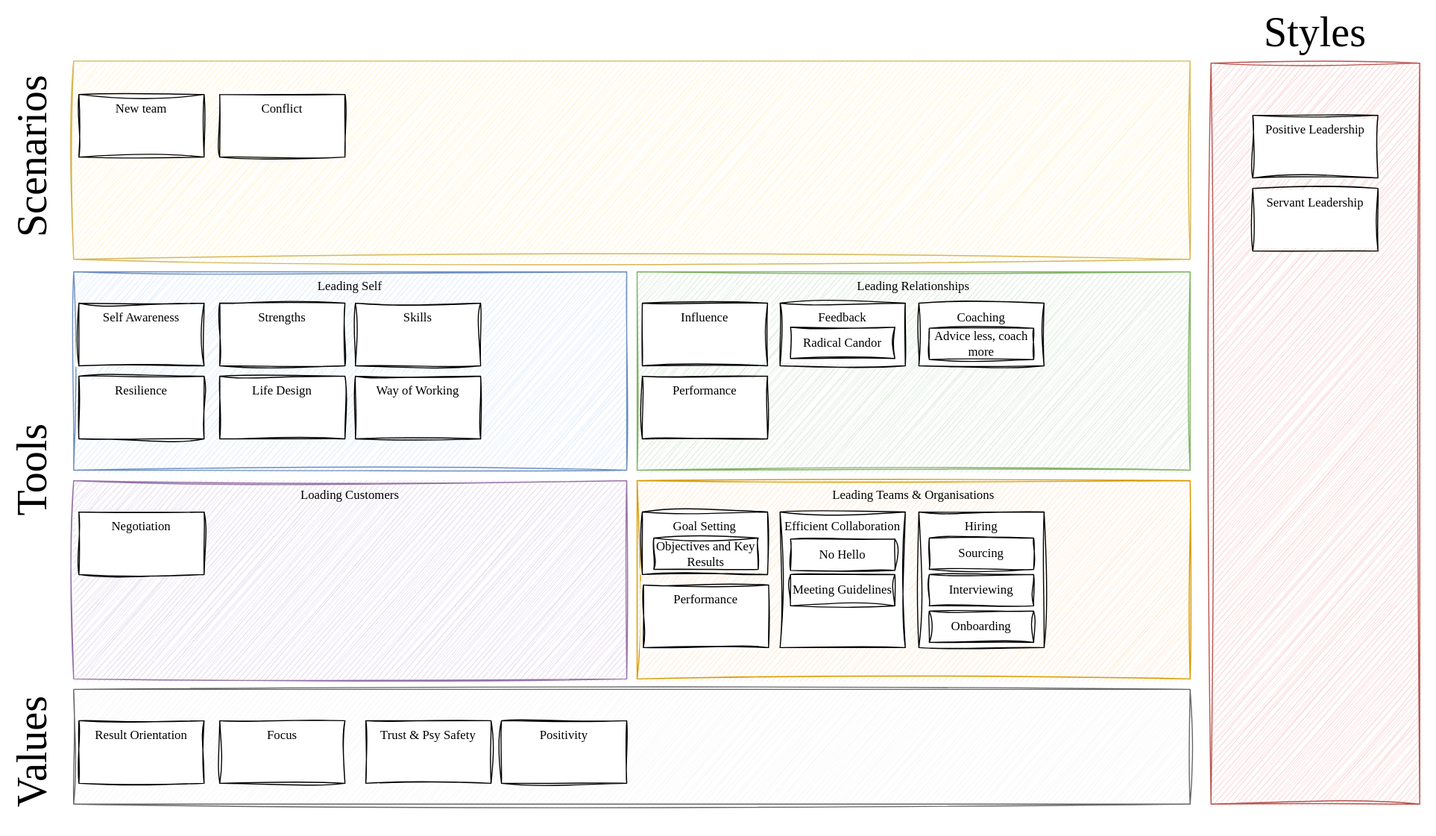
Above: docs/assets/landscape.drawio.svg in PLLE/leadership (draw.io), before the change. Source tidied: cells renumbered, new cells last; positions are measured from the earlier drawing's top-left corner, leaving out a move shared by most shapes. The source it was exported from:
```xml
<mxGraphModel>
  <root>
    <mxCell id="0" />
    <mxCell id="1" parent="0" />
    <mxCell id="2" style="rounded=0;whiteSpace=wrap;html=1;verticalAlign=top;sketch=1;curveFitting=1;jiggle=2;fontFamily=Comic Sans MS;fillColor=#f8cecc;strokeColor=#b85450;" parent="1" vertex="1">
      <mxGeometry x="1160" y="60" width="200" height="710" as="geometry" />
    </mxCell>
    <mxCell id="3" style="rounded=0;whiteSpace=wrap;html=1;fillColor=#f5f5f5;fontColor=#333333;strokeColor=#666666;verticalAlign=top;sketch=1;curveFitting=1;jiggle=2;fontFamily=Comic Sans MS;" parent="1" vertex="1">
      <mxGeometry x="70" y="660" width="1070" height="110" as="geometry" />
    </mxCell>
    <mxCell id="4" value="Leading Self" style="rounded=0;whiteSpace=wrap;html=1;verticalAlign=top;fillColor=#dae8fc;strokeColor=#6c8ebf;sketch=1;curveFitting=1;jiggle=2;fontFamily=Comic Sans MS;" parent="1" vertex="1">
      <mxGeometry x="70" y="260" width="530" height="190" as="geometry" />
    </mxCell>
    <mxCell id="5" value="Self Awareness" style="rounded=0;whiteSpace=wrap;html=1;horizontal=1;verticalAlign=top;sketch=1;curveFitting=1;jiggle=2;fontFamily=Comic Sans MS;" parent="1" vertex="1">
      <mxGeometry x="75" y="290" width="120" height="60" as="geometry" />
    </mxCell>
    <mxCell id="6" value="Strengths" style="rounded=0;whiteSpace=wrap;html=1;horizontal=1;verticalAlign=top;sketch=1;curveFitting=1;jiggle=2;fontFamily=Comic Sans MS;" parent="1" vertex="1">
      <mxGeometry x="210" y="290" width="120" height="60" as="geometry" />
    </mxCell>
    <mxCell id="7" value="Skills" style="rounded=0;whiteSpace=wrap;html=1;horizontal=1;verticalAlign=top;sketch=1;curveFitting=1;jiggle=2;fontFamily=Comic Sans MS;" parent="1" vertex="1">
      <mxGeometry x="340" y="290" width="120" height="60" as="geometry" />
    </mxCell>
    <mxCell id="8" value="Resilience" style="rounded=0;whiteSpace=wrap;html=1;horizontal=1;verticalAlign=top;sketch=1;curveFitting=1;jiggle=2;fontFamily=Comic Sans MS;" parent="1" vertex="1">
      <mxGeometry x="75" y="360" width="120" height="60" as="geometry" />
    </mxCell>
    <mxCell id="9" value="Life Design" style="rounded=0;whiteSpace=wrap;html=1;horizontal=1;verticalAlign=top;sketch=1;curveFitting=1;jiggle=2;fontFamily=Comic Sans MS;" parent="1" vertex="1">
      <mxGeometry x="210" y="360" width="120" height="60" as="geometry" />
    </mxCell>
    <mxCell id="10" value="Way of Working" style="rounded=0;whiteSpace=wrap;html=1;horizontal=1;verticalAlign=top;sketch=1;curveFitting=1;jiggle=2;fontFamily=Comic Sans MS;" parent="1" vertex="1">
      <mxGeometry x="340" y="360" width="120" height="60" as="geometry" />
    </mxCell>
    <mxCell id="11" value="Leading Relationships" style="rounded=0;whiteSpace=wrap;html=1;verticalAlign=top;fillColor=#d5e8d4;strokeColor=#82b366;sketch=1;curveFitting=1;jiggle=2;fontFamily=Comic Sans MS;" parent="1" vertex="1">
      <mxGeometry x="610" y="260" width="530" height="190" as="geometry" />
    </mxCell>
    <mxCell id="12" value="Influence" style="rounded=0;whiteSpace=wrap;html=1;horizontal=1;verticalAlign=top;sketch=1;curveFitting=1;jiggle=2;fontFamily=Comic Sans MS;" parent="1" vertex="1">
      <mxGeometry x="615" y="290" width="120" height="60" as="geometry" />
    </mxCell>
    <mxCell id="13" value="Performance" style="rounded=0;whiteSpace=wrap;html=1;horizontal=1;verticalAlign=top;sketch=1;curveFitting=1;jiggle=2;fontFamily=Comic Sans MS;" parent="1" vertex="1">
      <mxGeometry x="615" y="360" width="120" height="60" as="geometry" />
    </mxCell>
    <mxCell id="14" value="Feedback" style="rounded=0;whiteSpace=wrap;html=1;horizontal=1;verticalAlign=top;sketch=1;curveFitting=1;jiggle=2;fontFamily=Comic Sans MS;" parent="1" vertex="1">
      <mxGeometry x="747" y="290" width="120" height="60" as="geometry" />
    </mxCell>
    <mxCell id="15" value="Radical Candor" style="rounded=0;whiteSpace=wrap;html=1;sketch=1;curveFitting=1;jiggle=2;fontFamily=Comic Sans MS;" parent="1" vertex="1">
      <mxGeometry x="757" y="313" width="100" height="30" as="geometry" />
    </mxCell>
    <mxCell id="16" value="Coaching" style="rounded=0;whiteSpace=wrap;html=1;horizontal=1;verticalAlign=top;sketch=1;curveFitting=1;jiggle=2;fontFamily=Comic Sans MS;" parent="1" vertex="1">
      <mxGeometry x="880" y="290" width="120" height="60" as="geometry" />
    </mxCell>
    <mxCell id="17" value="Advice less, coach more" style="rounded=0;whiteSpace=wrap;html=1;sketch=1;curveFitting=1;jiggle=2;fontFamily=Comic Sans MS;" parent="1" vertex="1">
      <mxGeometry x="890" y="314" width="100" height="30" as="geometry" />
    </mxCell>
    <mxCell id="18" value="Loading Customers" style="rounded=0;whiteSpace=wrap;html=1;verticalAlign=top;fillColor=#e1d5e7;strokeColor=#9673a6;sketch=1;curveFitting=1;jiggle=2;fontFamily=Comic Sans MS;" parent="1" vertex="1">
      <mxGeometry x="70" y="460" width="530" height="190" as="geometry" />
    </mxCell>
    <mxCell id="19" value="Negotiation" style="rounded=0;whiteSpace=wrap;html=1;horizontal=1;verticalAlign=top;sketch=1;curveFitting=1;jiggle=2;fontFamily=Comic Sans MS;" parent="1" vertex="1">
      <mxGeometry x="75" y="490" width="120" height="60" as="geometry" />
    </mxCell>
    <mxCell id="20" value="Leading Teams &amp;amp; Organisations" style="rounded=0;whiteSpace=wrap;html=1;verticalAlign=top;fillColor=#ffe6cc;strokeColor=#d79b00;sketch=1;curveFitting=1;jiggle=2;fontFamily=Comic Sans MS;" parent="1" vertex="1">
      <mxGeometry x="610" y="460" width="530" height="190" as="geometry" />
    </mxCell>
    <mxCell id="21" value="Goal Setting" style="rounded=0;whiteSpace=wrap;html=1;horizontal=1;verticalAlign=top;sketch=1;curveFitting=1;jiggle=2;fontFamily=Comic Sans MS;" parent="1" vertex="1">
      <mxGeometry x="615" y="490" width="120" height="60" as="geometry" />
    </mxCell>
    <mxCell id="22" value="Objectives and Key Results" style="rounded=0;whiteSpace=wrap;html=1;sketch=1;curveFitting=1;jiggle=2;fontFamily=Comic Sans MS;" parent="1" vertex="1">
      <mxGeometry x="626" y="515" width="100" height="30" as="geometry" />
    </mxCell>
    <mxCell id="23" value="Performance" style="rounded=0;whiteSpace=wrap;html=1;horizontal=1;verticalAlign=top;sketch=1;curveFitting=1;jiggle=2;fontFamily=Comic Sans MS;" parent="1" vertex="1">
      <mxGeometry x="616" y="560" width="120" height="60" as="geometry" />
    </mxCell>
    <mxCell id="24" value="Efficient Collaboration" style="rounded=0;whiteSpace=wrap;html=1;horizontal=1;verticalAlign=top;sketch=1;curveFitting=1;jiggle=2;fontFamily=Comic Sans MS;" parent="1" vertex="1">
      <mxGeometry x="747" y="490" width="120" height="130" as="geometry" />
    </mxCell>
    <mxCell id="25" value="Meeting Guidelines" style="rounded=0;whiteSpace=wrap;html=1;sketch=1;curveFitting=1;jiggle=2;fontFamily=Comic Sans MS;" parent="1" vertex="1">
      <mxGeometry x="757" y="550" width="100" height="30" as="geometry" />
    </mxCell>
    <mxCell id="26" value="No Hello" style="rounded=0;whiteSpace=wrap;html=1;sketch=1;curveFitting=1;jiggle=2;fontFamily=Comic Sans MS;" parent="1" vertex="1">
      <mxGeometry x="757" y="516" width="100" height="30" as="geometry" />
    </mxCell>
    <mxCell id="27" value="Hiring" style="rounded=0;whiteSpace=wrap;html=1;horizontal=1;verticalAlign=top;sketch=1;curveFitting=1;jiggle=2;fontFamily=Comic Sans MS;" parent="1" vertex="1">
      <mxGeometry x="880" y="490" width="120" height="130" as="geometry" />
    </mxCell>
    <mxCell id="28" value="Interviewing" style="rounded=0;whiteSpace=wrap;html=1;sketch=1;curveFitting=1;jiggle=2;fontFamily=Comic Sans MS;" parent="1" vertex="1">
      <mxGeometry x="890" y="550" width="100" height="30" as="geometry" />
    </mxCell>
    <mxCell id="29" value="Sourcing" style="rounded=0;whiteSpace=wrap;html=1;sketch=1;curveFitting=1;jiggle=2;fontFamily=Comic Sans MS;" parent="1" vertex="1">
      <mxGeometry x="890" y="515" width="100" height="30" as="geometry" />
    </mxCell>
    <mxCell id="30" value="Onboarding" style="rounded=0;whiteSpace=wrap;html=1;sketch=1;curveFitting=1;jiggle=2;fontFamily=Comic Sans MS;" parent="1" vertex="1">
      <mxGeometry x="890" y="585" width="100" height="30" as="geometry" />
    </mxCell>
    <mxCell id="31" value="Result Orientation" style="rounded=0;whiteSpace=wrap;html=1;horizontal=1;verticalAlign=top;sketch=1;curveFitting=1;jiggle=2;fontFamily=Comic Sans MS;" parent="1" vertex="1">
      <mxGeometry x="75" y="690" width="120" height="60" as="geometry" />
    </mxCell>
    <mxCell id="32" value="Focus" style="rounded=0;whiteSpace=wrap;html=1;horizontal=1;verticalAlign=top;sketch=1;curveFitting=1;jiggle=2;fontFamily=Comic Sans MS;" parent="1" vertex="1">
      <mxGeometry x="210" y="690" width="120" height="60" as="geometry" />
    </mxCell>
    <mxCell id="33" value="Trust &amp;amp; Psy Safety" style="rounded=0;whiteSpace=wrap;html=1;horizontal=1;verticalAlign=top;sketch=1;curveFitting=1;jiggle=2;fontFamily=Comic Sans MS;" parent="1" vertex="1">
      <mxGeometry x="350" y="690" width="120" height="60" as="geometry" />
    </mxCell>
    <mxCell id="34" value="Positivity" style="rounded=0;whiteSpace=wrap;html=1;horizontal=1;verticalAlign=top;sketch=1;curveFitting=1;jiggle=2;fontFamily=Comic Sans MS;" parent="1" vertex="1">
      <mxGeometry x="480" y="690" width="120" height="60" as="geometry" />
    </mxCell>
    <mxCell id="35" value="Values" style="text;html=1;strokeColor=none;fillColor=none;align=center;verticalAlign=middle;whiteSpace=wrap;rounded=0;horizontal=0;fontSize=40;fontFamily=Comic Sans MS;" parent="1" vertex="1">
      <mxGeometry y="640" width="60" height="160" as="geometry" />
    </mxCell>
    <mxCell id="36" value="Tools" style="text;html=1;strokeColor=none;fillColor=none;align=center;verticalAlign=middle;whiteSpace=wrap;rounded=0;horizontal=0;fontSize=40;fontFamily=Comic Sans MS;" parent="1" vertex="1">
      <mxGeometry y="370" width="60" height="160" as="geometry" />
    </mxCell>
    <mxCell id="37" value="Scenarios" style="text;html=1;strokeColor=none;fillColor=none;align=center;verticalAlign=middle;whiteSpace=wrap;rounded=0;horizontal=0;fontSize=40;fontFamily=Comic Sans MS;" parent="1" vertex="1">
      <mxGeometry y="17.5" width="60" height="265" as="geometry" />
    </mxCell>
    <mxCell id="38" style="rounded=0;whiteSpace=wrap;html=1;fillColor=#fff2cc;strokeColor=#d6b656;verticalAlign=top;sketch=1;curveFitting=1;jiggle=2;fontFamily=Comic Sans MS;" parent="1" vertex="1">
      <mxGeometry x="70" y="58" width="1070" height="190" as="geometry" />
    </mxCell>
    <mxCell id="39" value="Positive Leadership" style="rounded=0;whiteSpace=wrap;html=1;horizontal=1;verticalAlign=top;sketch=1;curveFitting=1;jiggle=2;fontFamily=Comic Sans MS;" parent="1" vertex="1">
      <mxGeometry x="1200" y="110" width="120" height="60" as="geometry" />
    </mxCell>
    <mxCell id="40" value="Servant Leadership" style="rounded=0;whiteSpace=wrap;html=1;horizontal=1;verticalAlign=top;sketch=1;curveFitting=1;jiggle=2;fontFamily=Comic Sans MS;" parent="1" vertex="1">
      <mxGeometry x="1200" y="180" width="120" height="60" as="geometry" />
    </mxCell>
    <mxCell id="41" value="New team" style="rounded=0;whiteSpace=wrap;html=1;horizontal=1;verticalAlign=top;sketch=1;curveFitting=1;jiggle=2;fontFamily=Comic Sans MS;" parent="1" vertex="1">
      <mxGeometry x="75" y="90" width="120" height="60" as="geometry" />
    </mxCell>
    <mxCell id="42" value="Styles" style="text;html=1;strokeColor=none;fillColor=none;align=center;verticalAlign=middle;whiteSpace=wrap;rounded=0;horizontal=1;fontSize=40;fontFamily=Comic Sans MS;" parent="1" vertex="1">
      <mxGeometry x="1145" width="230" height="60" as="geometry" />
    </mxCell>
    <mxCell id="43" value="Conflict" style="rounded=0;whiteSpace=wrap;html=1;horizontal=1;verticalAlign=top;sketch=1;curveFitting=1;jiggle=2;fontFamily=Comic Sans MS;" parent="1" vertex="1">
      <mxGeometry x="210" y="90" width="120" height="60" as="geometry" />
    </mxCell>
  </root>
</mxGraphModel>
```
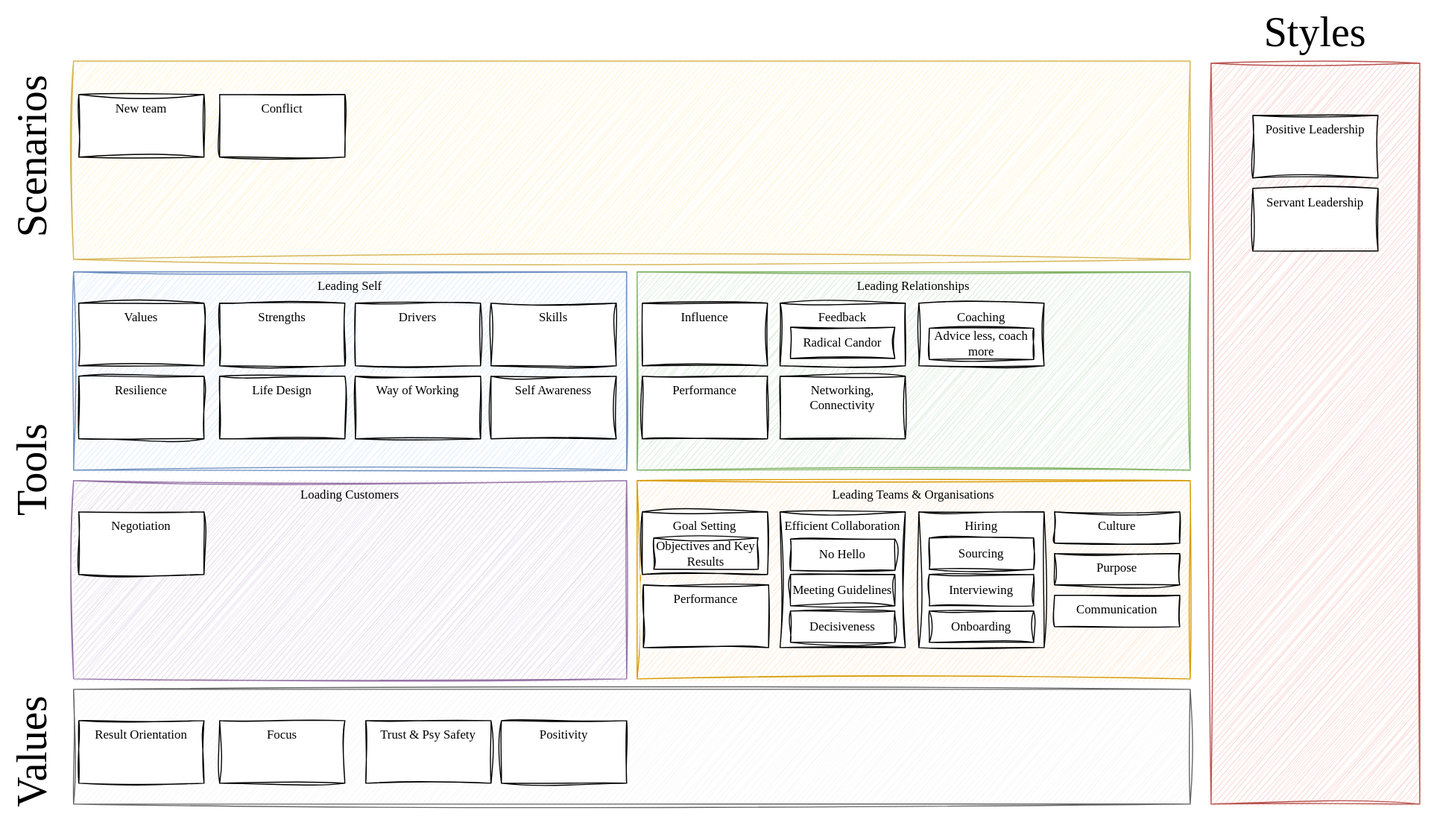
Later version of the same file.

Diff of the diagram source:
```diff
@@ -12,13 +12,13 @@
       <mxGeometry x="70" y="260" width="530" height="190" as="geometry" />
     </mxCell>
     <mxCell id="5" value="Self Awareness" style="rounded=0;whiteSpace=wrap;html=1;horizontal=1;verticalAlign=top;sketch=1;curveFitting=1;jiggle=2;fontFamily=Comic Sans MS;" parent="1" vertex="1">
-      <mxGeometry x="75" y="290" width="120" height="60" as="geometry" />
+      <mxGeometry x="470" y="360" width="120" height="60" as="geometry" />
     </mxCell>
     <mxCell id="6" value="Strengths" style="rounded=0;whiteSpace=wrap;html=1;horizontal=1;verticalAlign=top;sketch=1;curveFitting=1;jiggle=2;fontFamily=Comic Sans MS;" parent="1" vertex="1">
       <mxGeometry x="210" y="290" width="120" height="60" as="geometry" />
     </mxCell>
     <mxCell id="7" value="Skills" style="rounded=0;whiteSpace=wrap;html=1;horizontal=1;verticalAlign=top;sketch=1;curveFitting=1;jiggle=2;fontFamily=Comic Sans MS;" parent="1" vertex="1">
-      <mxGeometry x="340" y="290" width="120" height="60" as="geometry" />
+      <mxGeometry x="470" y="290" width="120" height="60" as="geometry" />
     </mxCell>
     <mxCell id="8" value="Resilience" style="rounded=0;whiteSpace=wrap;html=1;horizontal=1;verticalAlign=top;sketch=1;curveFitting=1;jiggle=2;fontFamily=Comic Sans MS;" parent="1" vertex="1">
       <mxGeometry x="75" y="360" width="120" height="60" as="geometry" />
@@ -128,5 +128,26 @@
     <mxCell id="43" value="Conflict" style="rounded=0;whiteSpace=wrap;html=1;horizontal=1;verticalAlign=top;sketch=1;curveFitting=1;jiggle=2;fontFamily=Comic Sans MS;" parent="1" vertex="1">
       <mxGeometry x="210" y="90" width="120" height="60" as="geometry" />
     </mxCell>
+    <mxCell id="44" value="Values" style="rounded=0;whiteSpace=wrap;html=1;horizontal=1;verticalAlign=top;sketch=1;curveFitting=1;jiggle=2;fontFamily=Comic Sans MS;" parent="1" vertex="1">
+      <mxGeometry x="75" y="290" width="120" height="60" as="geometry" />
+    </mxCell>
+    <mxCell id="45" value="Drivers" style="rounded=0;whiteSpace=wrap;html=1;horizontal=1;verticalAlign=top;sketch=1;curveFitting=1;jiggle=2;fontFamily=Comic Sans MS;" parent="1" vertex="1">
+      <mxGeometry x="340" y="290" width="120" height="60" as="geometry" />
+    </mxCell>
+    <mxCell id="46" value="Culture" style="rounded=0;whiteSpace=wrap;html=1;horizontal=1;verticalAlign=top;sketch=1;curveFitting=1;jiggle=2;fontFamily=Comic Sans MS;" parent="1" vertex="1">
+      <mxGeometry x="1010" y="490" width="120" height="30" as="geometry" />
+    </mxCell>
+    <mxCell id="47" value="Purpose" style="rounded=0;whiteSpace=wrap;html=1;horizontal=1;verticalAlign=top;sketch=1;curveFitting=1;jiggle=2;fontFamily=Comic Sans MS;" parent="1" vertex="1">
+      <mxGeometry x="1010" y="530" width="120" height="30" as="geometry" />
+    </mxCell>
+    <mxCell id="48" value="Networking, Connectivity" style="rounded=0;whiteSpace=wrap;html=1;horizontal=1;verticalAlign=top;sketch=1;curveFitting=1;jiggle=2;fontFamily=Comic Sans MS;" parent="1" vertex="1">
+      <mxGeometry x="747" y="360" width="120" height="60" as="geometry" />
+    </mxCell>
+    <mxCell id="49" value="Communication" style="rounded=0;whiteSpace=wrap;html=1;horizontal=1;verticalAlign=top;sketch=1;curveFitting=1;jiggle=2;fontFamily=Comic Sans MS;" parent="1" vertex="1">
+      <mxGeometry x="1010" y="570" width="120" height="30" as="geometry" />
+    </mxCell>
+    <mxCell id="50" value="Decisiveness" style="rounded=0;whiteSpace=wrap;html=1;sketch=1;curveFitting=1;jiggle=2;fontFamily=Comic Sans MS;" parent="1" vertex="1">
+      <mxGeometry x="757" y="585" width="100" height="30" as="geometry" />
+    </mxCell>
   </root>
 </mxGraphModel>
```
